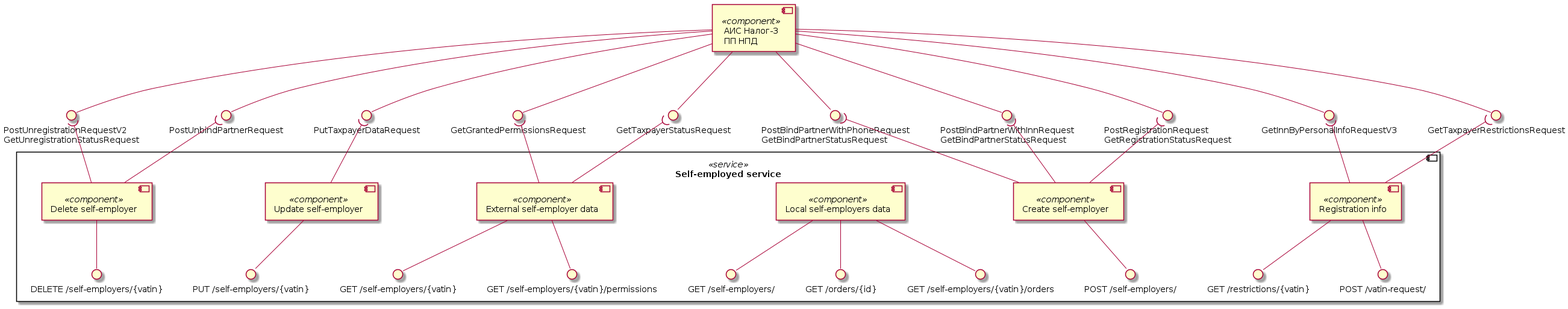
Earlier version of the PlantUML export assets/images/diagrams/self-employed-service/components/self-employer-components.png (RaikBitters/ibank-internal-services).
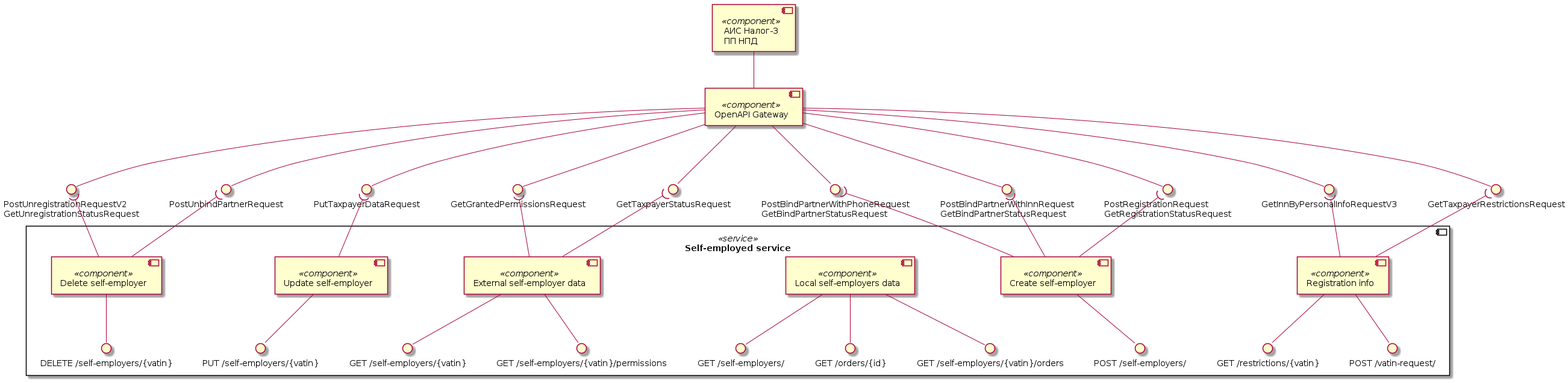
The same file after the commit.

Commit message:
Updated self-empl components diagram.

The edit, as a diff of the source:
```diff
@@ -1,6 +1,7 @@
 @startuml self-employer-components
 
 component "АИС Налог-3\nПП НПД" as Tax3 <<component>>
+component "OpenAPI Gateway" as OpenAPI <<component>>
 interface "GetTaxpayerRestrictionsRequest" as getTaxpayerRestrictions
 interface "PostRegistrationRequest\nGetRegistrationStatusRequest" as postTaxpayerRegistration
 interface "GetTaxpayerStatusRequest" as getTaxpayerStatus
@@ -12,16 +13,17 @@
 interface "PostUnbindPartnerRequest" as postPartnerUnbind
 interface "PostUnregistrationRequestV2\nGetUnregistrationStatusRequest" as postTaxpayerUnregistration
 
-Tax3 --() getTaxpayerRestrictions
-Tax3 --() postTaxpayerRegistration
-Tax3 --() getTaxpayerStatus
-Tax3 --() putTaxpayerData
-Tax3 --() postPartnerBindInn
-Tax3 --() postPartnerBindPhone
-Tax3 --() postTaxpayerUnregistration
-Tax3 --() postPartnerUnbind
-Tax3 --() getGrantedPermission
-Tax3 --() getInnByPersonalInfo
+Tax3 -- OpenAPI
+OpenAPI --() getTaxpayerRestrictions
+OpenAPI --() postTaxpayerRegistration
+OpenAPI --() getTaxpayerStatus
+OpenAPI --() putTaxpayerData
+OpenAPI --() postPartnerBindInn
+OpenAPI --() postPartnerBindPhone
+OpenAPI --() postTaxpayerUnregistration
+OpenAPI --() postPartnerUnbind
+OpenAPI --() getGrantedPermission
+OpenAPI --() getInnByPersonalInfo
 
 component "Self-employed service" as SelfEmplService <<service>> {
 
```
